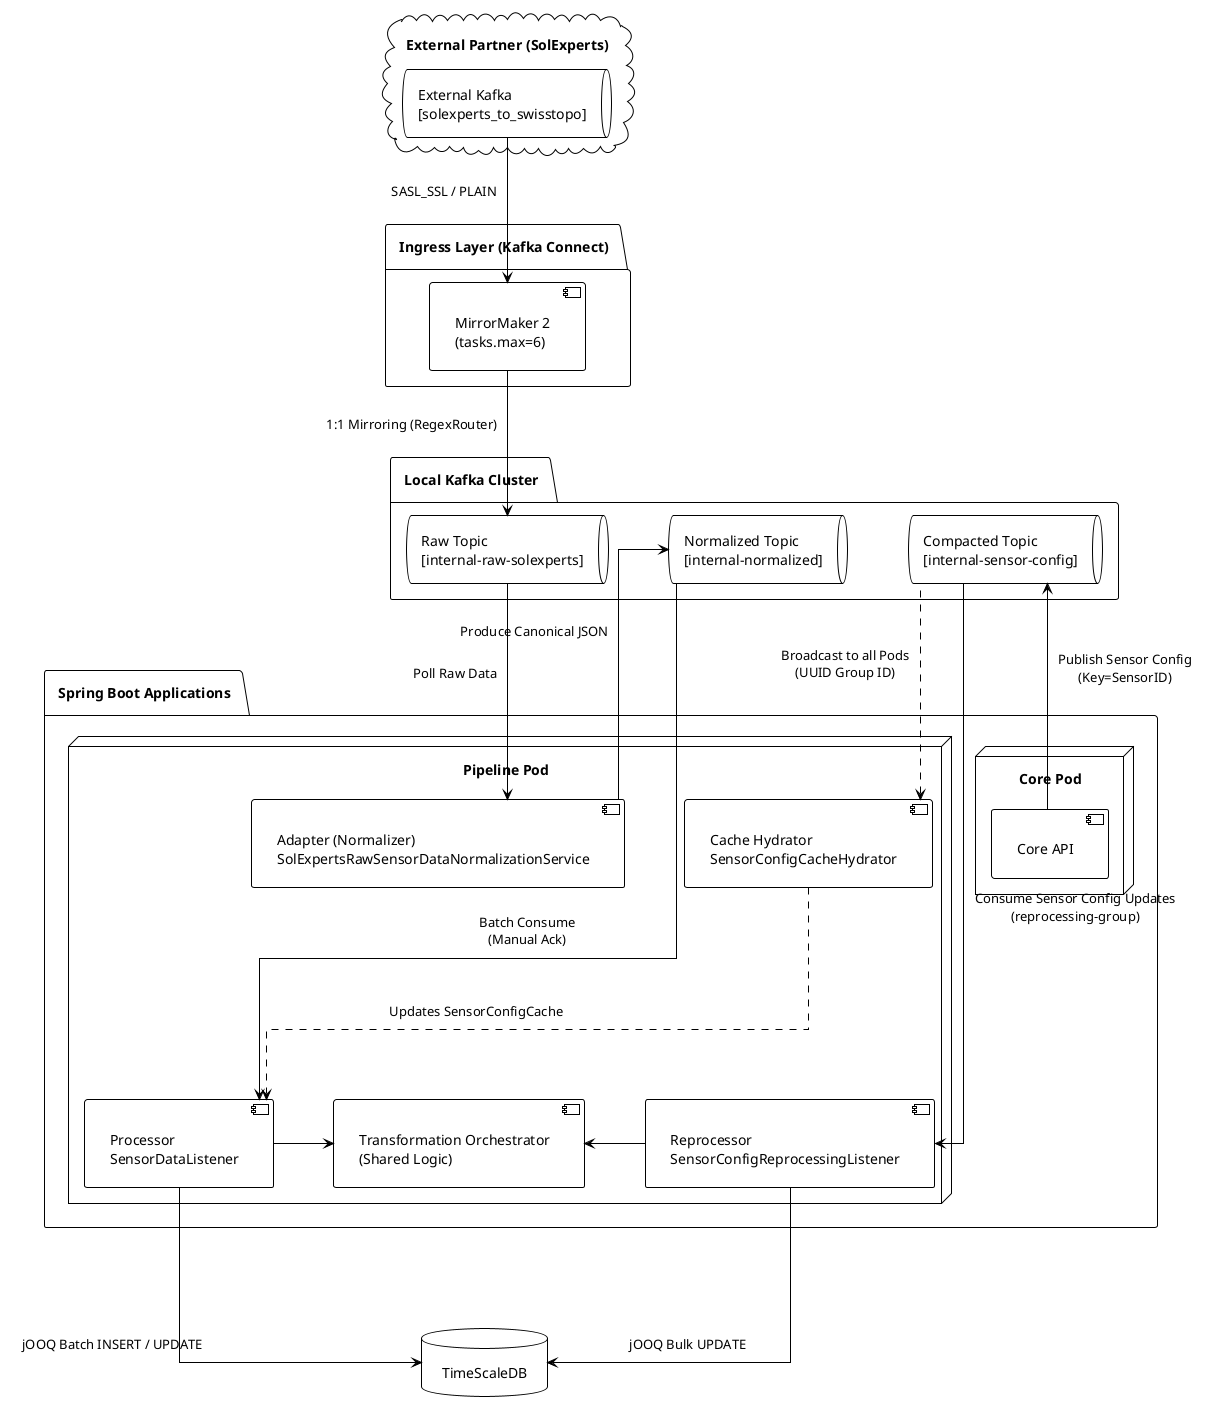
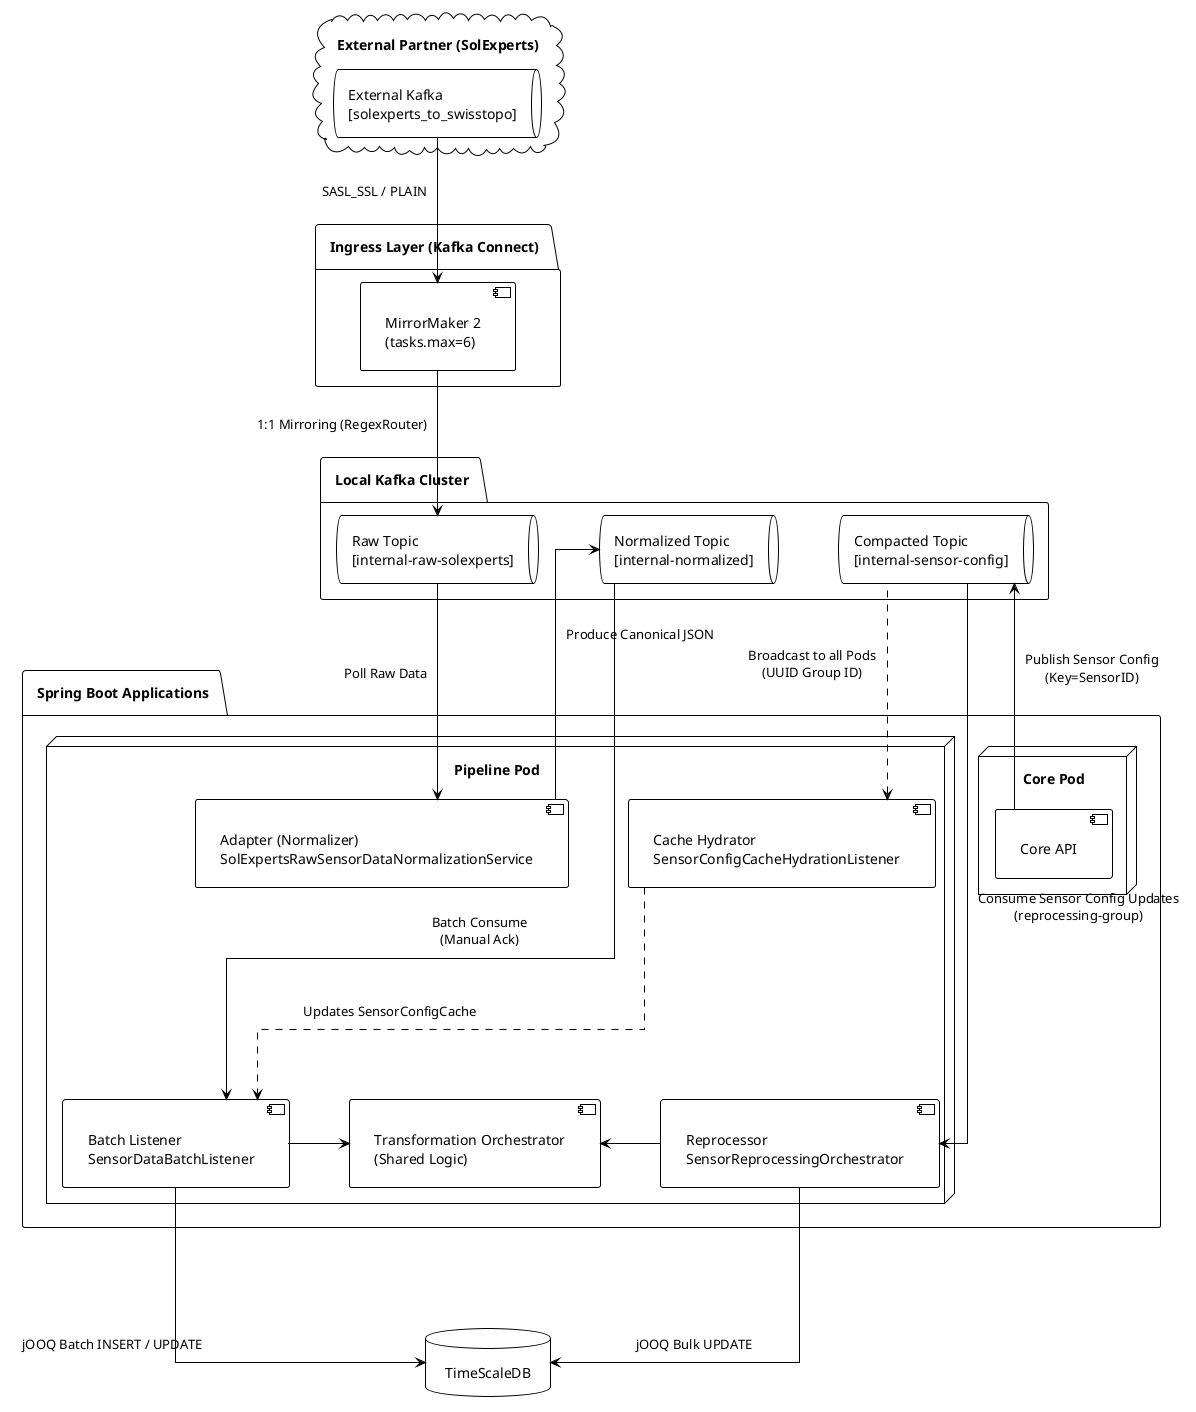
@startuml
!theme plain
skinparam componentStyle uml2
skinparam linetype ortho
skinparam padding 10
skinparam ranksep 70
skinparam nodesep 60

cloud "External Partner (SolExperts)" {
  queue "External Kafka\n[solexperts_to_swisstopo]" as ExtTopic
}

package "Ingress Layer (Kafka Connect)" {
  component "MirrorMaker 2\n(tasks.max=6)" as MM2
}

package "Local Kafka Cluster" {
  queue "Raw Topic\n[internal-raw-solexperts]" as RawTopic
  queue "Normalized Topic\n[internal-normalized]" as NormTopic
  queue "Compacted Topic\n[internal-sensor-config]" as SensorConfigTopic
}

package "Spring Boot Applications" {

  node "Core Pod" {
    component "Core API" as CoreAPI
  }

  node "Pipeline Pod" {
    component "Adapter (Normalizer)\nSolExpertsRawSensorDataNormalizationService" as Adapter
-     component "Cache Hydrator\nSensorConfigCacheHydrator" as Hydrator
-     component "Processor\nSensorDataListener" as Processor
+     component "Cache Hydrator\nSensorConfigCacheHydrationListener" as Hydrator
+     component "Batch Listener\nSensorDataBatchListener" as Processor
    component "Transformation Orchestrator\n(Shared Logic)" as Orchestrator
-     component "Reprocessor\nSensorConfigReprocessingListener" as Reprocessor
+     component "Reprocessor\nSensorReprocessingOrchestrator" as Reprocessor
  }

}

database "TimeScaleDB" as TSDB

' --- DECREASED DISTANCE AT THE TOP ---
' Changed from ---down---> to -down->
ExtTopic --down-> MM2 : SASL_SSL / PLAIN
MM2 --down-> RawTopic : 1:1 Mirroring (RegexRouter)

' --- MIDDLE SECTION (Maintained spacing) ---
CoreAPI ---down---> SensorConfigTopic : "Publish Sensor Config\n(Key=SensorID)"

RawTopic ---down---> Adapter : "Poll Raw Data"
Adapter ---down---> NormTopic : "Produce Canonical JSON"

SensorConfigTopic .left.> Hydrator : "Broadcast to all Pods\n(UUID Group ID)"
Hydrator ..down..> Processor : "Updates SensorConfigCache"

NormTopic ---down---> Processor : "Batch Consume\n(Manual Ack)"
Processor -right-> Orchestrator

SensorConfigTopic ---down---> Reprocessor : "Consume Sensor Config Updates\n(reprocessing-group)"
Reprocessor -left-> Orchestrator

' --- DECREASED DISTANCE AT THE BOTTOM ---
' Changed from ---down---> to -down->
Processor --down-> TSDB : "jOOQ Batch INSERT / UPDATE"
Reprocessor --down-> TSDB : "jOOQ Bulk UPDATE"

@enduml